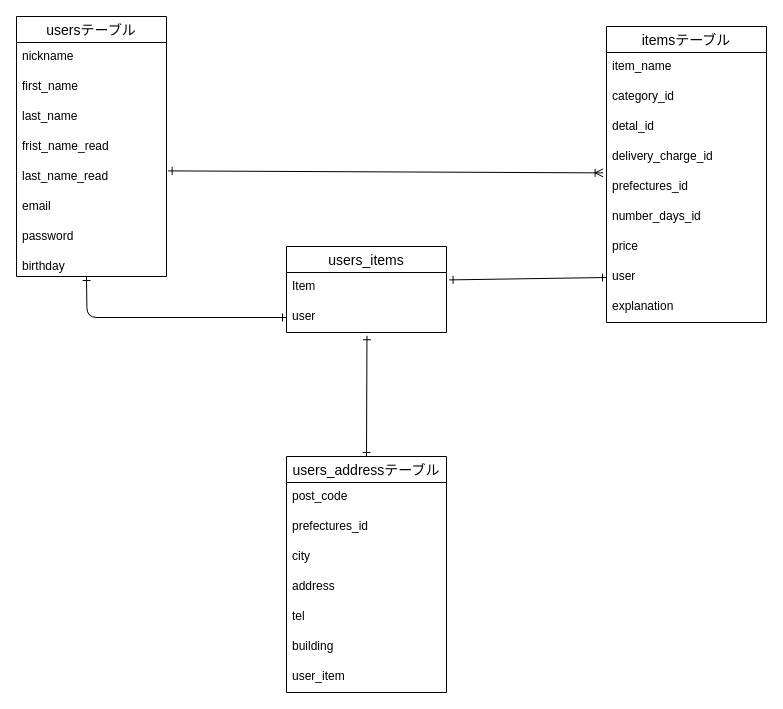
Before: app/controllers/furima.dio in kurotora69/furima-38692, a draw.io diagram. Source tidied: cells renumbered, new cells numbered last; positions are measured from the earlier drawing's top-left corner, leaving out a move shared by most shapes. Both pictures are drawn from the tidied source at 100%, with x=0, y=0 at pixel (16, 16).
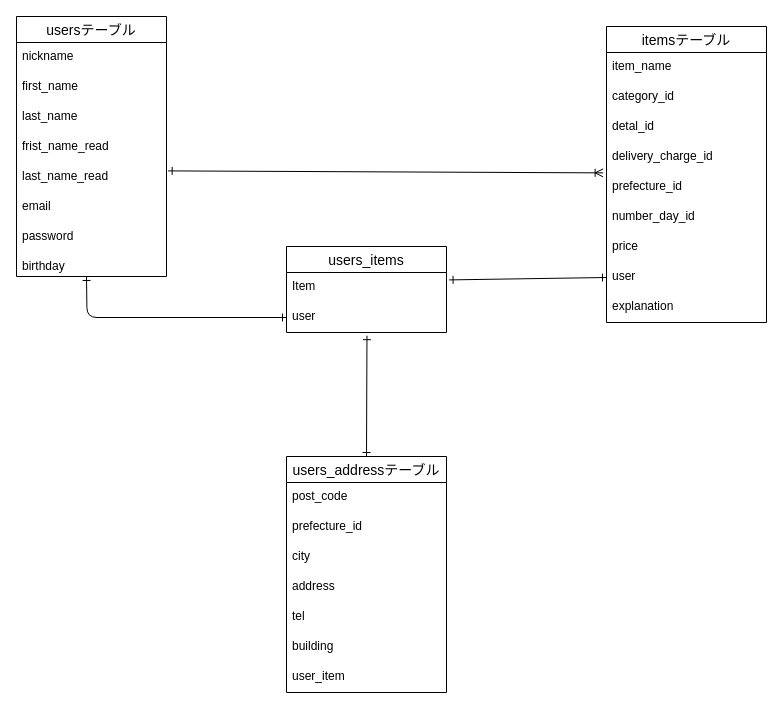
The same page after the edit.

Commit message (it also covers changes not shown here):
データベース設計の修正３

Unchanged cells that the change refers to:
```xml
<mxCell id="11" value="itemsテーブル" style="swimlane;fontStyle=0;horizontal=1;startSize=26;align=center;fontSize=14;" parent="1" vertex="1">
  <mxGeometry x="590" y="10" width="160" height="296" as="geometry" />
</mxCell>
<mxCell id="25" value="users_addressテーブル" style="swimlane;fontStyle=0;horizontal=1;startSize=26;align=center;fontSize=14;" parent="1" vertex="1">
  <mxGeometry x="270" y="440" width="160" height="236" as="geometry" />
</mxCell>
```

What changed in the source:
```diff
@@
-    <mxCell id="16" value="prefectures_id" style="text;strokeColor=none;fillColor=none;spacingLeft=4;spacingRight=4;overflow=hidden;points=[[0,0.5],[1,0.5]];portConstraint=eastwest;fontSize=12;" parent="11" vertex="1">
+    <mxCell id="16" value="prefecture_id" style="text;strokeColor=none;fillColor=none;spacingLeft=4;spacingRight=4;overflow=hidden;points=[[0,0.5],[1,0.5]];portConstraint=eastwest;fontSize=12;" parent="11" vertex="1">
       <mxGeometry y="146" width="160" height="30" as="geometry" />
     </mxCell>
-    <mxCell id="17" value="number_days_id" style="text;strokeColor=none;fillColor=none;spacingLeft=4;spacingRight=4;overflow=hidden;fontSize=12;" parent="11" vertex="1">
+    <mxCell id="17" value="number_day_id" style="text;strokeColor=none;fillColor=none;spacingLeft=4;spacingRight=4;overflow=hidden;fontSize=12;" parent="11" vertex="1">
       <mxGeometry y="176" width="160" height="30" as="geometry" />
     </mxCell>
@@
-    <mxCell id="27" value="prefectures_id" style="text;strokeColor=none;fillColor=none;spacingLeft=4;spacingRight=4;overflow=hidden;fontSize=12;" parent="25" vertex="1">
+    <mxCell id="27" value="prefecture_id" style="text;strokeColor=none;fillColor=none;spacingLeft=4;spacingRight=4;overflow=hidden;fontSize=12;" parent="25" vertex="1">
       <mxGeometry y="56" width="160" height="30" as="geometry" />
     </mxCell>
```
